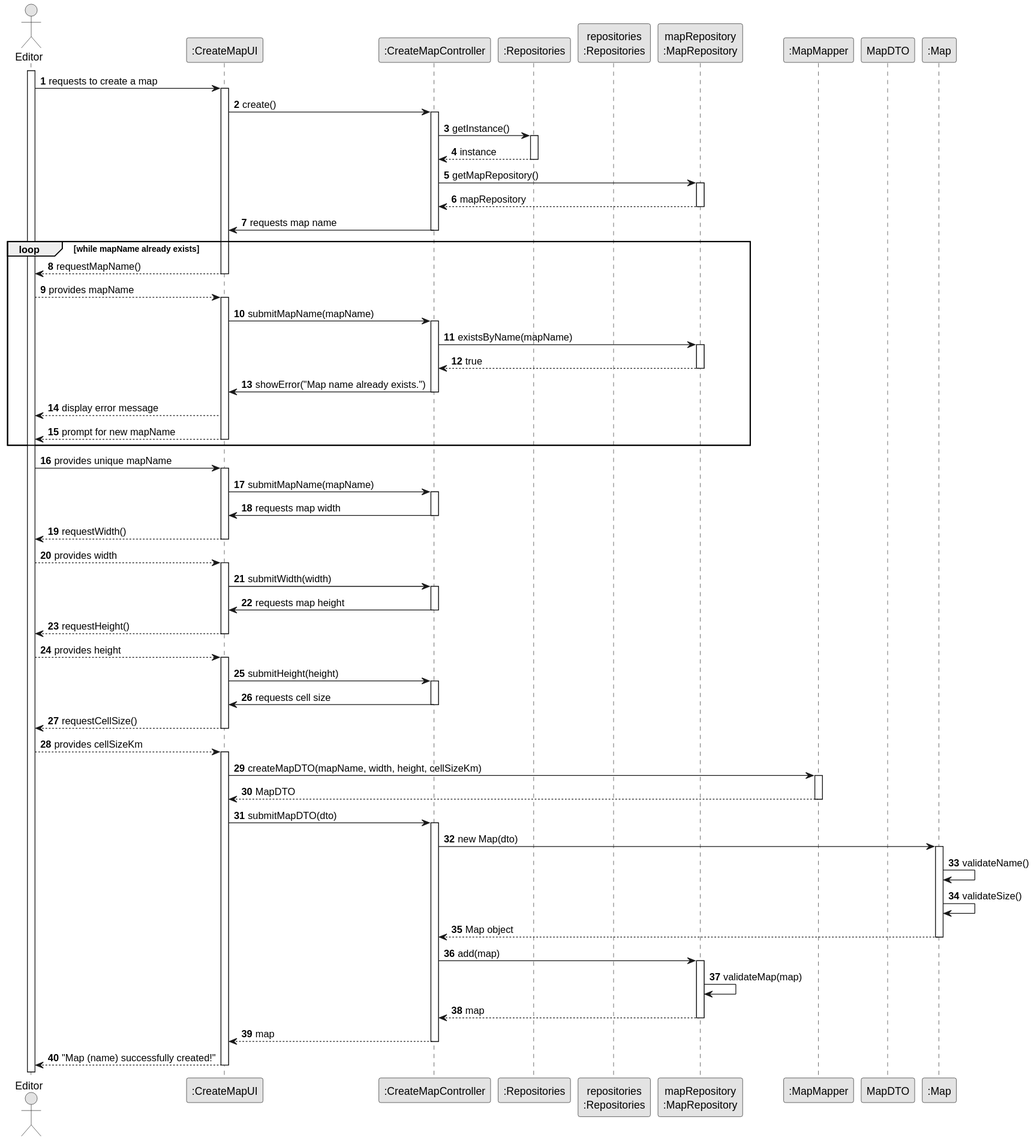
Before: docs/sprint3/us001/03.design/svg/us001-sequence-diagram.svg, a diagram exported from PlantUML (ivasduarte/all-aboard).
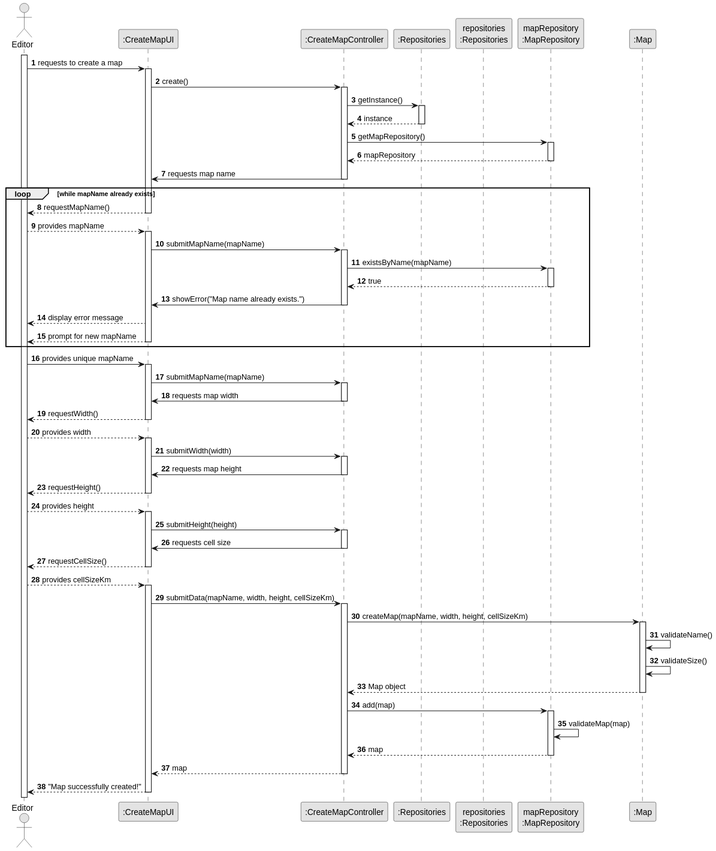
Later version of the same file.

What changed in the source:
```diff
@@ -12,8 +12,6 @@
 participant ":Repositories" as reps
 participant "repositories\n:Repositories" as repositories
 participant "mapRepository\n:MapRepository" as repo
-participant ":MapMapper" as mapper
-participant "MapDTO" as dto
 participant ":Map" as Map
 
 activate Editor
@@ -98,22 +96,17 @@
 Editor --> UI: provides cellSizeKm
 activate UI
 
-UI -> mapper : createMapDTO(mapName, width, height, cellSizeKm)
-activate mapper
-mapper --> UI : MapDTO
-deactivate mapper
-
-UI -> ctrl : submitMapDTO(dto)
+UI -> ctrl : submitData(mapName, width, height, cellSizeKm)
 activate ctrl
 
-ctrl -> Map : new Map(dto)
+ctrl -> Map : createMap(mapName, width, height, cellSizeKm)
 activate Map
 
 Map -> Map : validateName()
 Map -> Map : validateSize()
+
 Map --> ctrl : Map object
 deactivate Map
-
 ctrl -> repo : add(map)
 activate repo
 
@@ -124,6 +117,6 @@
 ctrl --> UI : map
 deactivate ctrl
 
-UI --> Editor : "Map (name) successfully created!"
+UI --> Editor : "Map successfully created!"
 deactivate UI
 @enduml
```
